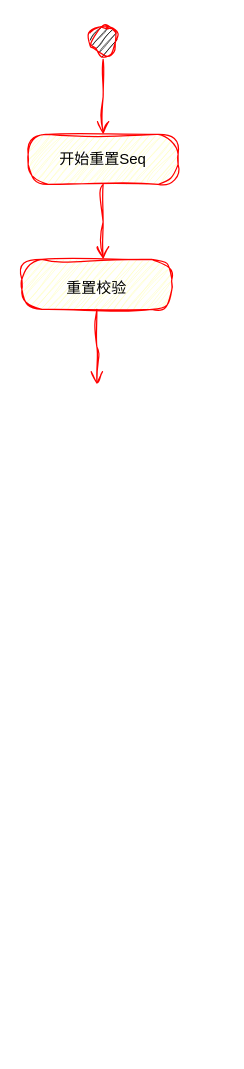
The draw.io diagram page "Reset流程" (4 of 4) of Filelog.drawio in sun-iot/draw.io, before the edit. Source tidied: cells renumbered, new cells numbered last; positions are measured from the earlier drawing's top-left corner, leaving out a move shared by most shapes. Both pictures are drawn from the tidied source at 125%, with x=0, y=0 at pixel (21, 21).
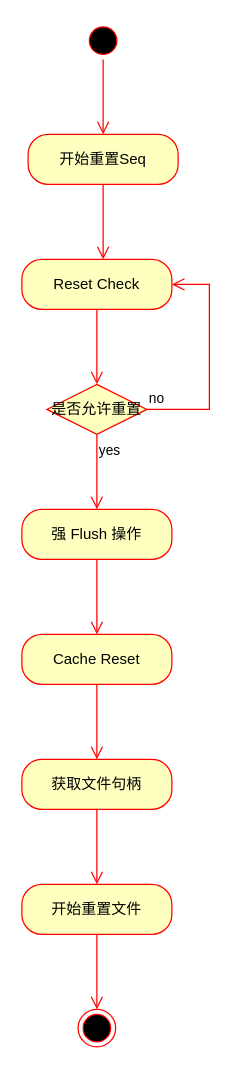
The same page after the edit.

The edit, as a diff of the source:
```diff
@@
-    <mxCell id="2" style="ellipse;html=1;shape=startState;fillColor=#000000;strokeColor=#ff0000;sketch=1;curveFitting=1;jiggle=2;" parent="1" vertex="1">
+    <mxCell id="2" style="ellipse;html=1;shape=startState;fillColor=#000000;strokeColor=#ff0000;" parent="1" vertex="1">
       <mxGeometry x="50" width="30" height="30" as="geometry" />
     </mxCell>
-    <mxCell id="3" style="edgeStyle=orthogonalEdgeStyle;html=1;verticalAlign=bottom;endArrow=open;endSize=8;strokeColor=#ff0000;rounded=0;sketch=1;curveFitting=1;jiggle=2;" parent="1" edge="1" source="2">
+    <mxCell id="3" style="edgeStyle=orthogonalEdgeStyle;html=1;verticalAlign=bottom;endArrow=open;endSize=8;strokeColor=#ff0000;rounded=0;" parent="1" edge="1" source="2">
       <mxGeometry relative="1" as="geometry">
         <mxPoint x="65" y="90" as="targetPoint" />
       </mxGeometry>
     </mxCell>
-    <mxCell id="4" value="开始重置Seq" style="rounded=1;whiteSpace=wrap;html=1;arcSize=40;fontColor=#000000;fillColor=#ffffc0;strokeColor=#ff0000;sketch=1;curveFitting=1;jiggle=2;" parent="1" vertex="1">
+    <mxCell id="4" value="开始重置Seq" style="rounded=1;whiteSpace=wrap;html=1;arcSize=40;fontColor=#000000;fillColor=#ffffc0;strokeColor=#ff0000;" parent="1" vertex="1">
       <mxGeometry x="5" y="90" width="120" height="40" as="geometry" />
     </mxCell>
-    <mxCell id="5" style="edgeStyle=orthogonalEdgeStyle;html=1;verticalAlign=bottom;endArrow=open;endSize=8;strokeColor=#ff0000;rounded=0;sketch=1;curveFitting=1;jiggle=2;" parent="1" edge="1" source="4">
+    <mxCell id="5" style="edgeStyle=orthogonalEdgeStyle;html=1;verticalAlign=bottom;endArrow=open;endSize=8;strokeColor=#ff0000;rounded=0;" parent="1" edge="1" source="4">
       <mxGeometry relative="1" as="geometry">
         <mxPoint x="65" y="190" as="targetPoint" />
       </mxGeometry>
     </mxCell>
-    <mxCell id="6" value="&lt;font style=&quot;font-size: 12px;&quot;&gt;重置校验&lt;/font&gt;" style="rounded=1;whiteSpace=wrap;html=1;arcSize=40;fontColor=#000000;fillColor=#ffffc0;strokeColor=#ff0000;sketch=1;hachureGap=4;jiggle=2;curveFitting=1;fontFamily=Architects Daughter;fontSize=20;" parent="1" vertex="1">
+    <mxCell id="6" value="Reset Check" style="rounded=1;whiteSpace=wrap;html=1;arcSize=40;fillColor=#ffffc0;strokeColor=#ff0000;hachureGap=4;" parent="1" vertex="1">
       <mxGeometry y="190" width="120" height="40" as="geometry" />
     </mxCell>
-    <mxCell id="7" style="edgeStyle=orthogonalEdgeStyle;html=1;verticalAlign=bottom;endArrow=open;endSize=8;strokeColor=#ff0000;rounded=0;sketch=1;hachureGap=4;jiggle=2;curveFitting=1;fontFamily=Architects Daughter;fontSize=16;" parent="1" edge="1" source="6">
+    <mxCell id="7" style="edgeStyle=orthogonalEdgeStyle;html=1;verticalAlign=bottom;endArrow=open;endSize=8;strokeColor=#ff0000;rounded=0;hachureGap=4;fontFamily=Architects Daughter;fontSize=16;" parent="1" edge="1" source="6">
       <mxGeometry relative="1" as="geometry">
         <mxPoint x="60" y="290" as="targetPoint" />
       </mxGeometry>
     </mxCell>
+    <mxCell id="8" value="是否允许重置" style="rhombus;whiteSpace=wrap;html=1;fontColor=#000000;fillColor=#ffffc0;strokeColor=#ff0000;" parent="1" vertex="1">
+      <mxGeometry x="20" y="290" width="80" height="40" as="geometry" />
+    </mxCell>
+    <mxCell id="9" value="no" style="edgeStyle=orthogonalEdgeStyle;html=1;align=left;verticalAlign=bottom;endArrow=open;endSize=8;strokeColor=#ff0000;rounded=0;entryX=1;entryY=0.5;entryDx=0;entryDy=0;" parent="1" edge="1" source="8" target="6">
+      <mxGeometry x="-1" relative="1" as="geometry">
+        <Array as="points">
+          <mxPoint x="150" y="310" />
+          <mxPoint x="150" y="210" />
+        </Array>
+      </mxGeometry>
+    </mxCell>
+    <mxCell id="10" value="yes" style="edgeStyle=orthogonalEdgeStyle;html=1;align=left;verticalAlign=top;endArrow=open;endSize=8;strokeColor=#ff0000;rounded=0;" parent="1" edge="1" source="8">
+      <mxGeometry x="-1" relative="1" as="geometry">
+        <mxPoint x="60" y="390" as="targetPoint" />
+      </mxGeometry>
+    </mxCell>
+    <mxCell id="11" value="强 Flush 操作" style="rounded=1;whiteSpace=wrap;html=1;arcSize=40;fontColor=#000000;fillColor=#ffffc0;strokeColor=#ff0000;" parent="1" vertex="1">
+      <mxGeometry y="390" width="120" height="40" as="geometry" />
+    </mxCell>
+    <mxCell id="12" style="edgeStyle=orthogonalEdgeStyle;html=1;verticalAlign=bottom;endArrow=open;endSize=8;strokeColor=#ff0000;rounded=0;" parent="1" edge="1" source="11">
+      <mxGeometry relative="1" as="geometry">
+        <mxPoint x="60" y="490" as="targetPoint" />
+      </mxGeometry>
+    </mxCell>
+    <mxCell id="13" value="Cache Reset" style="rounded=1;whiteSpace=wrap;html=1;arcSize=40;fontColor=#000000;fillColor=#ffffc0;strokeColor=#ff0000;" parent="1" vertex="1">
+      <mxGeometry y="490" width="120" height="40" as="geometry" />
+    </mxCell>
+    <mxCell id="14" style="edgeStyle=orthogonalEdgeStyle;html=1;verticalAlign=bottom;endArrow=open;endSize=8;strokeColor=#ff0000;rounded=0;" parent="1" edge="1" source="13">
+      <mxGeometry relative="1" as="geometry">
+        <mxPoint x="60" y="590" as="targetPoint" />
+      </mxGeometry>
+    </mxCell>
+    <mxCell id="15" value="获取文件句柄" style="rounded=1;whiteSpace=wrap;html=1;arcSize=40;fontColor=#000000;fillColor=#ffffc0;strokeColor=#ff0000;" parent="1" vertex="1">
+      <mxGeometry y="590" width="120" height="40" as="geometry" />
+    </mxCell>
+    <mxCell id="16" style="edgeStyle=orthogonalEdgeStyle;html=1;verticalAlign=bottom;endArrow=open;endSize=8;strokeColor=#ff0000;rounded=0;" parent="1" edge="1" source="15">
+      <mxGeometry relative="1" as="geometry">
+        <mxPoint x="60" y="690" as="targetPoint" />
+      </mxGeometry>
+    </mxCell>
+    <mxCell id="17" value="开始重置文件" style="rounded=1;whiteSpace=wrap;html=1;arcSize=40;fontColor=#000000;fillColor=#ffffc0;strokeColor=#ff0000;" parent="1" vertex="1">
+      <mxGeometry y="690" width="120" height="40" as="geometry" />
+    </mxCell>
+    <mxCell id="18" style="edgeStyle=orthogonalEdgeStyle;html=1;verticalAlign=bottom;endArrow=open;endSize=8;strokeColor=#ff0000;rounded=0;" parent="1" edge="1" source="17">
+      <mxGeometry relative="1" as="geometry">
+        <mxPoint x="60" y="790" as="targetPoint" />
+      </mxGeometry>
+    </mxCell>
+    <mxCell id="19" style="ellipse;html=1;shape=endState;fillColor=#000000;strokeColor=#ff0000;" parent="1" vertex="1">
+      <mxGeometry x="45" y="790" width="30" height="30" as="geometry" />
+    </mxCell>
```
